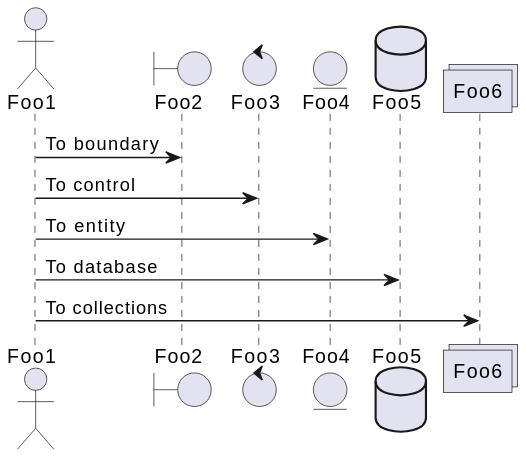
Before: example/md-sample-sequence.svg, a diagram exported from PlantUML (yoshida-m-3/generate-plantuml). Its diagram source:
```plantuml
@startuml
actor Foo1
boundary Foo2
control Foo3
entity Foo4
database Foo5
collections Foo6
Foo1 -> Foo2 : To boundary
Foo1 -> Foo3 : To control
Foo1 -> Foo4 : To entity
Foo1 -> Foo5 : To database
Foo1 -> Foo6 : To collections
@enduml
```
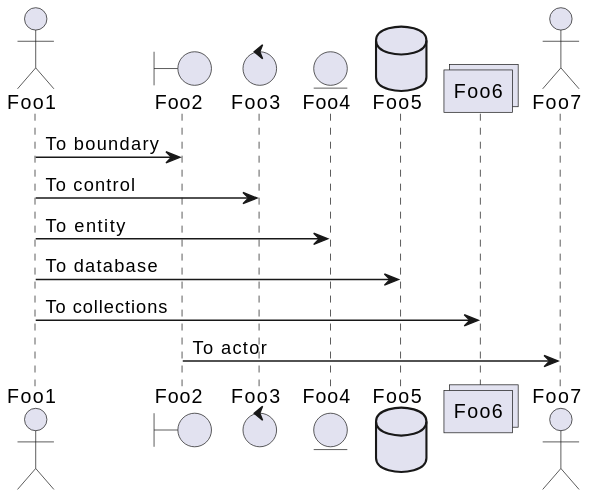
The same diagram one commit later.

Change to the diagram source:
```diff
@@ -5,9 +5,11 @@
 entity Foo4
 database Foo5
 collections Foo6
+actor Foo7
 Foo1 -> Foo2 : To boundary
 Foo1 -> Foo3 : To control
 Foo1 -> Foo4 : To entity
 Foo1 -> Foo5 : To database
 Foo1 -> Foo6 : To collections
+Foo2 -> Foo7 : To actor
 @enduml
```
